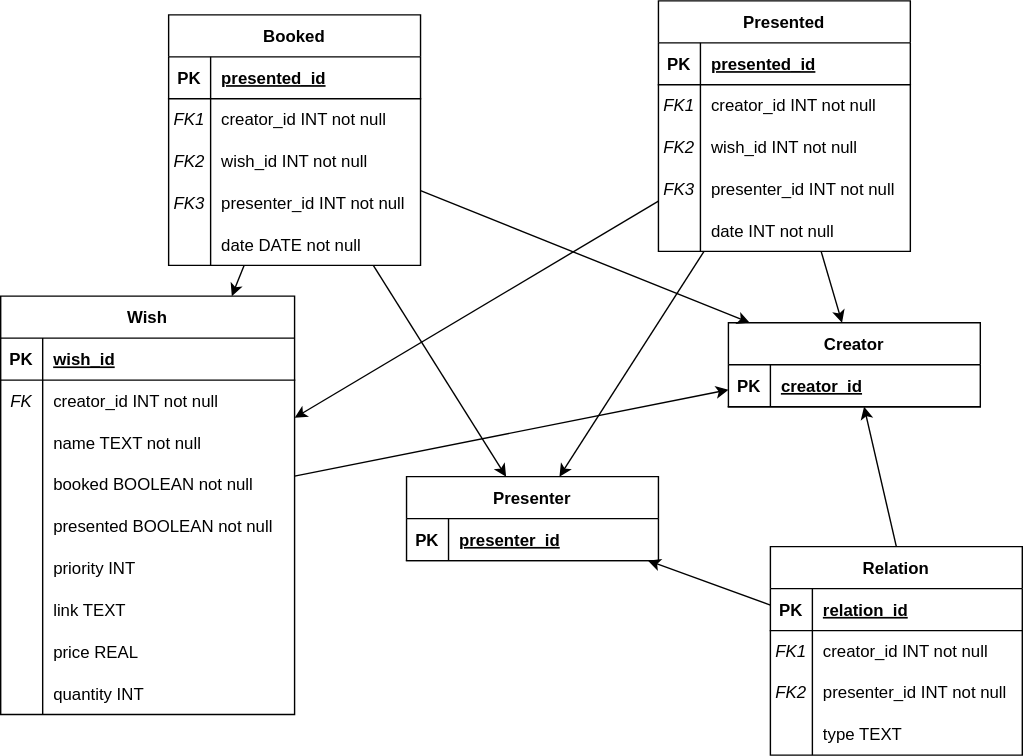
Above: db_schema.svg in olegfafurin/lauzhack-2022 (draw.io), before the change. Source tidied: cells renumbered, new cells last; positions are measured from the earlier drawing's top-left corner, leaving out a move shared by most shapes.
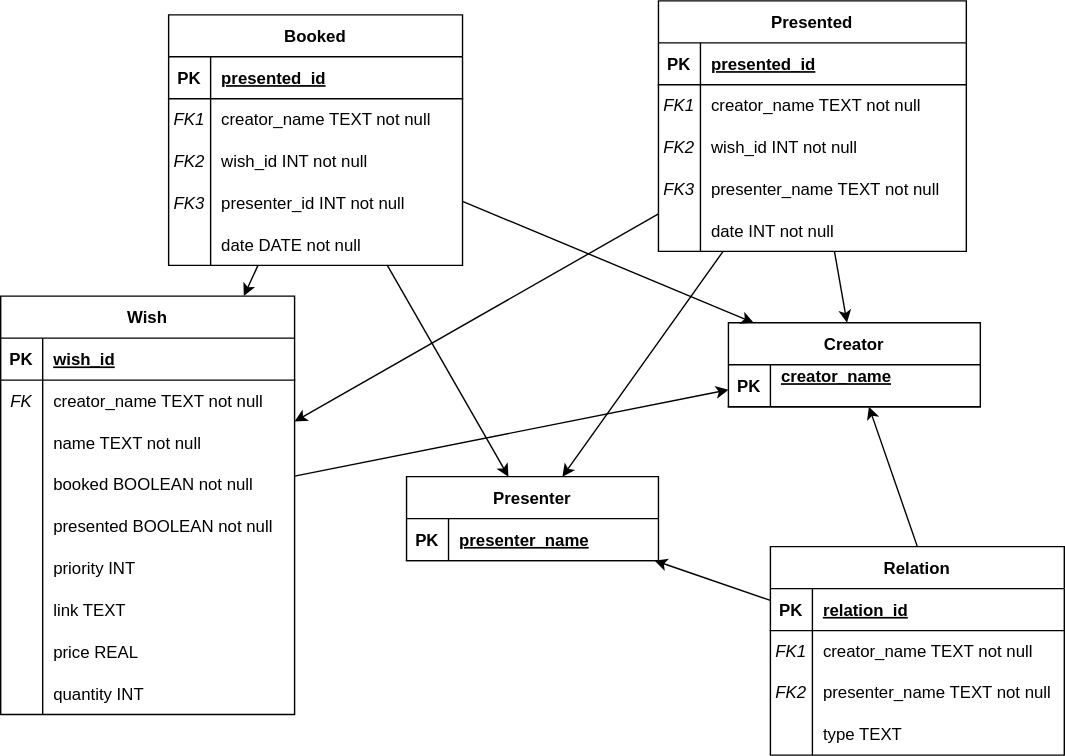
Later version of the same file.

Commit message:
telegram id:int->name:str

Change to the diagram source:
```diff
@@ -11,7 +11,7 @@
     <mxCell id="4" value="PK" style="shape=partialRectangle;fillColor=none;top=0;left=0;bottom=0;right=0;fontStyle=1;overflow=hidden;" parent="3" vertex="1">
       <mxGeometry width="30" height="30" as="geometry" />
     </mxCell>
-    <mxCell id="5" value="creator_id" style="shape=partialRectangle;fillColor=none;top=0;left=0;bottom=0;right=0;align=left;spacingLeft=6;fontStyle=5;overflow=hidden;" parent="3" vertex="1">
+    <mxCell id="5" value="creator_name&#10;" style="shape=partialRectangle;fillColor=none;top=0;left=0;bottom=0;right=0;align=left;spacingLeft=6;fontStyle=5;overflow=hidden;" parent="3" vertex="1">
       <mxGeometry x="30" width="150" height="30" as="geometry" />
     </mxCell>
     <mxCell id="6" value="Presenter" style="shape=table;startSize=30;rowLines=0;fontStyle=1;align=center;" parent="1" vertex="1">
@@ -23,7 +23,7 @@
     <mxCell id="8" value="PK" style="shape=partialRectangle;fillColor=none;top=0;left=0;bottom=0;right=0;fontStyle=1;overflow=hidden;" parent="7" vertex="1">
       <mxGeometry width="30" height="30" as="geometry" />
     </mxCell>
-    <mxCell id="9" value="presenter_id" style="shape=partialRectangle;fillColor=none;top=0;left=0;bottom=0;right=0;align=left;spacingLeft=6;fontStyle=5;overflow=hidden;" parent="7" vertex="1">
+    <mxCell id="9" value="presenter_name" style="shape=partialRectangle;fillColor=none;top=0;left=0;bottom=0;right=0;align=left;spacingLeft=6;fontStyle=5;overflow=hidden;" parent="7" vertex="1">
       <mxGeometry x="30" width="150" height="30" as="geometry" />
     </mxCell>
     <mxCell id="10" value="Wish" style="shape=table;startSize=30;rowLines=0;fontStyle=1;align=center;" parent="1" vertex="1">
@@ -44,7 +44,7 @@
     <mxCell id="15" value="FK" style="shape=partialRectangle;fillColor=none;top=0;left=0;bottom=0;right=0;fontStyle=2;overflow=hidden;" parent="14" vertex="1">
       <mxGeometry width="30" height="30" as="geometry" />
     </mxCell>
-    <mxCell id="16" value="creator_id INT not null" style="shape=partialRectangle;fillColor=none;top=0;left=0;bottom=0;right=0;align=left;spacingLeft=6;fontStyle=0;overflow=hidden;strokeColor=default;" parent="14" vertex="1">
+    <mxCell id="16" value="creator_name TEXT not null" style="shape=partialRectangle;fillColor=none;top=0;left=0;bottom=0;right=0;align=left;spacingLeft=6;fontStyle=0;overflow=hidden;strokeColor=default;" parent="14" vertex="1">
       <mxGeometry x="30" width="180" height="30" as="geometry" />
     </mxCell>
     <mxCell id="17" style="shape=tableRow;horizontal=0;startSize=0;swimlaneHead=0;swimlaneBody=0;fillColor=none;top=0;left=0;right=0;bottom=0;" parent="10" vertex="1">
@@ -111,91 +111,91 @@
       <mxGeometry x="30" width="180" height="30" as="geometry" />
     </mxCell>
     <mxCell id="38" value="Booked" style="shape=table;startSize=30;rowLines=0;fontStyle=1;align=center;" parent="1" vertex="1">
-      <mxGeometry x="120" y="10" width="180" height="179" as="geometry" />
+      <mxGeometry x="120" y="10" width="210" height="179" as="geometry" />
     </mxCell>
     <mxCell id="39" style="shape=tableRow;horizontal=0;startSize=0;swimlaneHead=0;swimlaneBody=0;fillColor=none;top=0;left=0;right=0;bottom=1;" parent="38" vertex="1">
-      <mxGeometry y="30" width="180" height="30" as="geometry" />
+      <mxGeometry y="30" width="210" height="30" as="geometry" />
     </mxCell>
     <mxCell id="40" value="PK" style="shape=partialRectangle;fillColor=none;top=0;left=0;bottom=0;right=0;fontStyle=1;overflow=hidden;" parent="39" vertex="1">
       <mxGeometry width="30" height="30" as="geometry" />
     </mxCell>
     <mxCell id="41" value="presented_id" style="shape=partialRectangle;fillColor=none;top=0;left=0;bottom=0;right=0;align=left;spacingLeft=6;fontStyle=5;overflow=hidden;" parent="39" vertex="1">
-      <mxGeometry x="30" width="150" height="30" as="geometry" />
+      <mxGeometry x="30" width="180" height="30" as="geometry" />
     </mxCell>
     <mxCell id="42" style="shape=tableRow;horizontal=0;startSize=0;swimlaneHead=0;swimlaneBody=0;fillColor=none;top=0;left=0;right=0;bottom=0;" parent="38" vertex="1">
-      <mxGeometry y="60" width="180" height="29" as="geometry" />
+      <mxGeometry y="60" width="210" height="29" as="geometry" />
     </mxCell>
     <mxCell id="43" value="FK1" style="shape=partialRectangle;fillColor=none;top=0;left=0;bottom=0;right=0;overflow=hidden;fontStyle=2;" parent="42" vertex="1">
       <mxGeometry width="30" height="29" as="geometry" />
     </mxCell>
-    <mxCell id="44" value="creator_id INT not null" style="shape=partialRectangle;fillColor=none;top=0;left=0;bottom=0;right=0;align=left;spacingLeft=6;overflow=hidden;" parent="42" vertex="1">
-      <mxGeometry x="30" width="150" height="29" as="geometry" />
+    <mxCell id="44" value="creator_name TEXT not null" style="shape=partialRectangle;fillColor=none;top=0;left=0;bottom=0;right=0;align=left;spacingLeft=6;overflow=hidden;" parent="42" vertex="1">
+      <mxGeometry x="30" width="180" height="29" as="geometry" />
     </mxCell>
     <mxCell id="45" style="shape=tableRow;horizontal=0;startSize=0;swimlaneHead=0;swimlaneBody=0;fillColor=none;top=0;left=0;right=0;bottom=0;" parent="38" vertex="1">
-      <mxGeometry y="89" width="180" height="30" as="geometry" />
+      <mxGeometry y="89" width="210" height="30" as="geometry" />
     </mxCell>
     <mxCell id="46" value="FK2" style="shape=partialRectangle;fillColor=none;top=0;left=0;bottom=0;right=0;overflow=hidden;fontStyle=2;" parent="45" vertex="1">
       <mxGeometry width="30" height="30" as="geometry" />
     </mxCell>
     <mxCell id="47" value="wish_id INT not null" style="shape=partialRectangle;fillColor=none;top=0;left=0;bottom=0;right=0;align=left;spacingLeft=6;overflow=hidden;" parent="45" vertex="1">
-      <mxGeometry x="30" width="150" height="30" as="geometry" />
+      <mxGeometry x="30" width="180" height="30" as="geometry" />
     </mxCell>
     <mxCell id="48" style="shape=tableRow;horizontal=0;startSize=0;swimlaneHead=0;swimlaneBody=0;fillColor=none;top=0;left=0;right=0;bottom=0;" parent="38" vertex="1">
-      <mxGeometry y="119" width="180" height="30" as="geometry" />
+      <mxGeometry y="119" width="210" height="30" as="geometry" />
     </mxCell>
     <mxCell id="49" value="FK3" style="shape=partialRectangle;fillColor=none;top=0;left=0;bottom=0;right=0;overflow=hidden;fontStyle=2;" parent="48" vertex="1">
       <mxGeometry width="30" height="30" as="geometry" />
     </mxCell>
     <mxCell id="50" value="presenter_id INT not null" style="shape=partialRectangle;fillColor=none;top=0;left=0;bottom=0;right=0;align=left;spacingLeft=6;overflow=hidden;" parent="48" vertex="1">
-      <mxGeometry x="30" width="150" height="30" as="geometry" />
+      <mxGeometry x="30" width="180" height="30" as="geometry" />
     </mxCell>
     <mxCell id="51" style="shape=tableRow;horizontal=0;startSize=0;swimlaneHead=0;swimlaneBody=0;fillColor=none;top=0;left=0;right=0;bottom=0;" parent="38" vertex="1">
-      <mxGeometry y="149" width="180" height="30" as="geometry" />
+      <mxGeometry y="149" width="210" height="30" as="geometry" />
     </mxCell>
     <mxCell id="52" style="shape=partialRectangle;fillColor=none;top=0;left=0;bottom=0;right=0;overflow=hidden;" parent="51" vertex="1">
       <mxGeometry width="30" height="30" as="geometry" />
     </mxCell>
     <mxCell id="53" value="date DATE not null" style="shape=partialRectangle;fillColor=none;top=0;left=0;bottom=0;right=0;align=left;spacingLeft=6;overflow=hidden;" parent="51" vertex="1">
-      <mxGeometry x="30" width="150" height="30" as="geometry" />
+      <mxGeometry x="30" width="180" height="30" as="geometry" />
     </mxCell>
     <mxCell id="54" value="Relation" style="shape=table;startSize=30;rowLines=0;fontStyle=1;align=center;" parent="1" vertex="1">
-      <mxGeometry x="550" y="390" width="180" height="149" as="geometry" />
+      <mxGeometry x="550" y="390" width="210" height="149" as="geometry" />
     </mxCell>
     <mxCell id="55" style="shape=tableRow;horizontal=0;startSize=0;swimlaneHead=0;swimlaneBody=0;fillColor=none;top=0;left=0;right=0;bottom=1;" parent="54" vertex="1">
-      <mxGeometry y="30" width="180" height="30" as="geometry" />
+      <mxGeometry y="30" width="210" height="30" as="geometry" />
     </mxCell>
     <mxCell id="56" value="PK" style="shape=partialRectangle;fillColor=none;top=0;left=0;bottom=0;right=0;fontStyle=1;overflow=hidden;" parent="55" vertex="1">
       <mxGeometry width="30" height="30" as="geometry" />
     </mxCell>
     <mxCell id="57" value="relation_id" style="shape=partialRectangle;fillColor=none;top=0;left=0;bottom=0;right=0;align=left;spacingLeft=6;fontStyle=5;overflow=hidden;" parent="55" vertex="1">
-      <mxGeometry x="30" width="150" height="30" as="geometry" />
+      <mxGeometry x="30" width="180" height="30" as="geometry" />
     </mxCell>
     <mxCell id="58" style="shape=tableRow;horizontal=0;startSize=0;swimlaneHead=0;swimlaneBody=0;fillColor=none;top=0;left=0;right=0;bottom=0;" parent="54" vertex="1">
-      <mxGeometry y="60" width="180" height="29" as="geometry" />
+      <mxGeometry y="60" width="210" height="29" as="geometry" />
     </mxCell>
     <mxCell id="59" value="FK1" style="shape=partialRectangle;fillColor=none;top=0;left=0;bottom=0;right=0;overflow=hidden;fontStyle=2;" parent="58" vertex="1">
       <mxGeometry width="30" height="29" as="geometry" />
     </mxCell>
-    <mxCell id="60" value="creator_id INT not null" style="shape=partialRectangle;fillColor=none;top=0;left=0;bottom=0;right=0;align=left;spacingLeft=6;overflow=hidden;" parent="58" vertex="1">
-      <mxGeometry x="30" width="150" height="29" as="geometry" />
+    <mxCell id="60" value="creator_name TEXT not null" style="shape=partialRectangle;fillColor=none;top=0;left=0;bottom=0;right=0;align=left;spacingLeft=6;overflow=hidden;" parent="58" vertex="1">
+      <mxGeometry x="30" width="180" height="29" as="geometry" />
     </mxCell>
     <mxCell id="61" style="shape=tableRow;horizontal=0;startSize=0;swimlaneHead=0;swimlaneBody=0;fillColor=none;top=0;left=0;right=0;bottom=0;" parent="54" vertex="1">
-      <mxGeometry y="89" width="180" height="30" as="geometry" />
+      <mxGeometry y="89" width="210" height="30" as="geometry" />
     </mxCell>
     <mxCell id="62" value="FK2" style="shape=partialRectangle;fillColor=none;top=0;left=0;bottom=0;right=0;overflow=hidden;fontStyle=2;" parent="61" vertex="1">
       <mxGeometry width="30" height="30" as="geometry" />
     </mxCell>
-    <mxCell id="63" value="presenter_id INT not null" style="shape=partialRectangle;fillColor=none;top=0;left=0;bottom=0;right=0;align=left;spacingLeft=6;overflow=hidden;" parent="61" vertex="1">
-      <mxGeometry x="30" width="150" height="30" as="geometry" />
+    <mxCell id="63" value="presenter_name TEXT not null" style="shape=partialRectangle;fillColor=none;top=0;left=0;bottom=0;right=0;align=left;spacingLeft=6;overflow=hidden;" parent="61" vertex="1">
+      <mxGeometry x="30" width="180" height="30" as="geometry" />
     </mxCell>
     <mxCell id="64" style="shape=tableRow;horizontal=0;startSize=0;swimlaneHead=0;swimlaneBody=0;fillColor=none;top=0;left=0;right=0;bottom=0;" parent="54" vertex="1">
-      <mxGeometry y="119" width="180" height="30" as="geometry" />
+      <mxGeometry y="119" width="210" height="30" as="geometry" />
     </mxCell>
     <mxCell id="65" style="shape=partialRectangle;fillColor=none;top=0;left=0;bottom=0;right=0;overflow=hidden;" parent="64" vertex="1">
       <mxGeometry width="30" height="30" as="geometry" />
     </mxCell>
     <mxCell id="66" value="type TEXT" style="shape=partialRectangle;fillColor=none;top=0;left=0;bottom=0;right=0;align=left;spacingLeft=6;overflow=hidden;" parent="64" vertex="1">
-      <mxGeometry x="30" width="150" height="30" as="geometry" />
+      <mxGeometry x="30" width="180" height="30" as="geometry" />
     </mxCell>
     <mxCell id="67" style="endArrow=classic;html=1;rounded=0;" parent="1" edge="1" source="38" target="10">
       <mxGeometry relative="1" as="geometry" />
@@ -213,52 +213,52 @@
       <mxGeometry relative="1" as="geometry" />
     </mxCell>
     <mxCell id="72" value="Presented" style="shape=table;startSize=30;rowLines=0;fontStyle=1;align=center;" parent="1" vertex="1">
-      <mxGeometry x="470" width="180" height="179" as="geometry" />
+      <mxGeometry x="470" width="220" height="179" as="geometry" />
     </mxCell>
     <mxCell id="73" style="shape=tableRow;horizontal=0;startSize=0;swimlaneHead=0;swimlaneBody=0;fillColor=none;top=0;left=0;right=0;bottom=1;" parent="72" vertex="1">
-      <mxGeometry y="30" width="180" height="30" as="geometry" />
+      <mxGeometry y="30" width="220" height="30" as="geometry" />
     </mxCell>
     <mxCell id="74" value="PK" style="shape=partialRectangle;fillColor=none;top=0;left=0;bottom=0;right=0;fontStyle=1;overflow=hidden;" parent="73" vertex="1">
       <mxGeometry width="30" height="30" as="geometry" />
     </mxCell>
     <mxCell id="75" value="presented_id" style="shape=partialRectangle;fillColor=none;top=0;left=0;bottom=0;right=0;align=left;spacingLeft=6;fontStyle=5;overflow=hidden;" parent="73" vertex="1">
-      <mxGeometry x="30" width="150" height="30" as="geometry" />
+      <mxGeometry x="30" width="190" height="30" as="geometry" />
     </mxCell>
     <mxCell id="76" style="shape=tableRow;horizontal=0;startSize=0;swimlaneHead=0;swimlaneBody=0;fillColor=none;top=0;left=0;right=0;bottom=0;" parent="72" vertex="1">
-      <mxGeometry y="60" width="180" height="29" as="geometry" />
+      <mxGeometry y="60" width="220" height="29" as="geometry" />
     </mxCell>
     <mxCell id="77" value="FK1" style="shape=partialRectangle;fillColor=none;top=0;left=0;bottom=0;right=0;overflow=hidden;fontStyle=2;" parent="76" vertex="1">
       <mxGeometry width="30" height="29" as="geometry" />
     </mxCell>
-    <mxCell id="78" value="creator_id INT not null" style="shape=partialRectangle;fillColor=none;top=0;left=0;bottom=0;right=0;align=left;spacingLeft=6;overflow=hidden;" parent="76" vertex="1">
-      <mxGeometry x="30" width="150" height="29" as="geometry" />
+    <mxCell id="78" value="creator_name TEXT not null" style="shape=partialRectangle;fillColor=none;top=0;left=0;bottom=0;right=0;align=left;spacingLeft=6;overflow=hidden;" parent="76" vertex="1">
+      <mxGeometry x="30" width="190" height="29" as="geometry" />
     </mxCell>
     <mxCell id="79" style="shape=tableRow;horizontal=0;startSize=0;swimlaneHead=0;swimlaneBody=0;fillColor=none;top=0;left=0;right=0;bottom=0;" parent="72" vertex="1">
-      <mxGeometry y="89" width="180" height="30" as="geometry" />
+      <mxGeometry y="89" width="220" height="30" as="geometry" />
     </mxCell>
     <mxCell id="80" value="FK2" style="shape=partialRectangle;fillColor=none;top=0;left=0;bottom=0;right=0;overflow=hidden;fontStyle=2;" parent="79" vertex="1">
       <mxGeometry width="30" height="30" as="geometry" />
     </mxCell>
     <mxCell id="81" value="wish_id INT not null" style="shape=partialRectangle;fillColor=none;top=0;left=0;bottom=0;right=0;align=left;spacingLeft=6;overflow=hidden;" parent="79" vertex="1">
-      <mxGeometry x="30" width="150" height="30" as="geometry" />
+      <mxGeometry x="30" width="190" height="30" as="geometry" />
     </mxCell>
     <mxCell id="82" style="shape=tableRow;horizontal=0;startSize=0;swimlaneHead=0;swimlaneBody=0;fillColor=none;top=0;left=0;right=0;bottom=0;" parent="72" vertex="1">
-      <mxGeometry y="119" width="180" height="30" as="geometry" />
+      <mxGeometry y="119" width="220" height="30" as="geometry" />
     </mxCell>
     <mxCell id="83" value="FK3" style="shape=partialRectangle;fillColor=none;top=0;left=0;bottom=0;right=0;overflow=hidden;fontStyle=2;" parent="82" vertex="1">
       <mxGeometry width="30" height="30" as="geometry" />
     </mxCell>
-    <mxCell id="84" value="presenter_id INT not null" style="shape=partialRectangle;fillColor=none;top=0;left=0;bottom=0;right=0;align=left;spacingLeft=6;overflow=hidden;" parent="82" vertex="1">
-      <mxGeometry x="30" width="150" height="30" as="geometry" />
+    <mxCell id="84" value="presenter_name TEXT not null" style="shape=partialRectangle;fillColor=none;top=0;left=0;bottom=0;right=0;align=left;spacingLeft=6;overflow=hidden;" parent="82" vertex="1">
+      <mxGeometry x="30" width="190" height="30" as="geometry" />
     </mxCell>
     <mxCell id="85" style="shape=tableRow;horizontal=0;startSize=0;swimlaneHead=0;swimlaneBody=0;fillColor=none;top=0;left=0;right=0;bottom=0;" parent="72" vertex="1">
-      <mxGeometry y="149" width="180" height="30" as="geometry" />
+      <mxGeometry y="149" width="220" height="30" as="geometry" />
     </mxCell>
     <mxCell id="86" style="shape=partialRectangle;fillColor=none;top=0;left=0;bottom=0;right=0;overflow=hidden;" parent="85" vertex="1">
       <mxGeometry width="30" height="30" as="geometry" />
     </mxCell>
     <mxCell id="87" value="date INT not null" style="shape=partialRectangle;fillColor=none;top=0;left=0;bottom=0;right=0;align=left;spacingLeft=6;overflow=hidden;" parent="85" vertex="1">
-      <mxGeometry x="30" width="150" height="30" as="geometry" />
+      <mxGeometry x="30" width="190" height="30" as="geometry" />
     </mxCell>
     <mxCell id="88" style="endArrow=classic;html=1;rounded=0;" parent="1" edge="1" source="72" target="10">
       <mxGeometry relative="1" as="geometry" />
```
